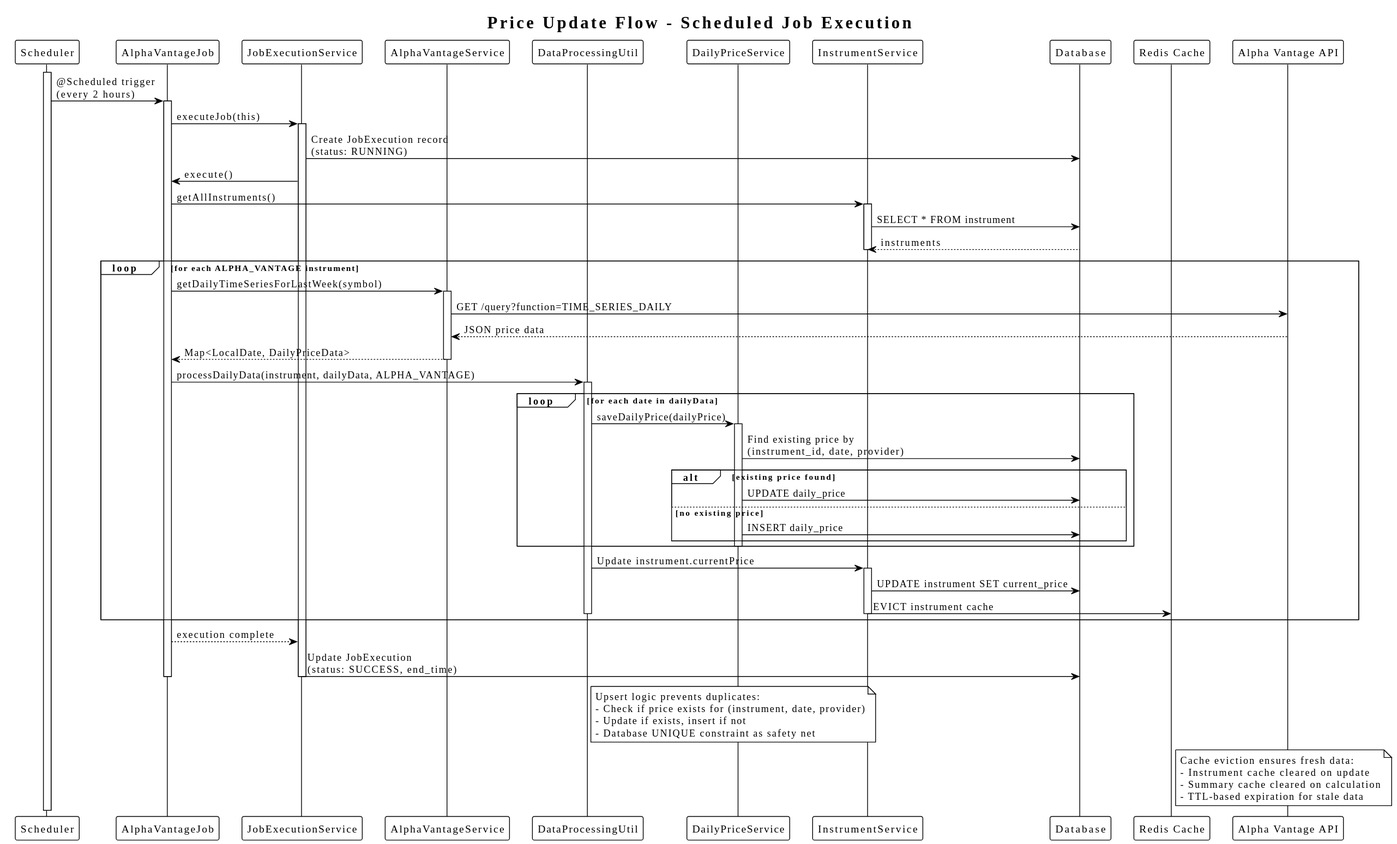
Before: docs/architecture/price-update-sequence.svg, a diagram exported from PlantUML (ktenman/portfolio). Source of this version:
```plantuml
@startuml
!theme plain
title Price Update Flow - Scheduled Job Execution

participant "Scheduler" as scheduler
participant "AlphaVantageJob" as job
participant "JobExecutionService" as job_svc
participant "AlphaVantageService" as av_svc
participant "DataProcessingUtil" as processor
participant "DailyPriceService" as price_svc
participant "InstrumentService" as inst_svc
participant "Database" as db
participant "Redis Cache" as cache
participant "Alpha Vantage API" as api

activate scheduler
scheduler -> job: @Scheduled trigger\n(every 2 hours)
activate job

job -> job_svc: executeJob(this)
activate job_svc

job_svc -> db: Create JobExecution record\n(status: RUNNING)
job_svc -> job: execute()

job -> inst_svc: getAllInstruments()
activate inst_svc
inst_svc -> db: SELECT * FROM instrument
db --> inst_svc: instruments
deactivate inst_svc

loop for each ALPHA_VANTAGE instrument
    job -> av_svc: getDailyTimeSeriesForLastWeek(symbol)
    activate av_svc
    av_svc -> api: GET /query?function=TIME_SERIES_DAILY
    api --> av_svc: JSON price data
    av_svc --> job: Map<LocalDate, DailyPriceData>
    deactivate av_svc

    job -> processor: processDailyData(instrument, dailyData, ALPHA_VANTAGE)
    activate processor

    loop for each date in dailyData
        processor -> price_svc: saveDailyPrice(dailyPrice)
        activate price_svc

        price_svc -> db: Find existing price by\n(instrument_id, date, provider)
        alt existing price found
            price_svc -> db: UPDATE daily_price
        else no existing price
            price_svc -> db: INSERT daily_price
        end
        deactivate price_svc
    end

    processor -> inst_svc: Update instrument.currentPrice
    activate inst_svc
    inst_svc -> db: UPDATE instrument SET current_price
    inst_svc -> cache: EVICT instrument cache
    deactivate inst_svc

    deactivate processor
end

job --> job_svc: execution complete
job_svc -> db: Update JobExecution\n(status: SUCCESS, end_time)
deactivate job_svc
deactivate job

note right of processor
  Upsert logic prevents duplicates:
  - Check if price exists for (instrument, date, provider)
  - Update if exists, insert if not
  - Database UNIQUE constraint as safety net
end note

note right of cache
  Cache eviction ensures fresh data:
  - Instrument cache cleared on update
  - Summary cache cleared on calculation
  - TTL-based expiration for stale data
end note
@enduml
```
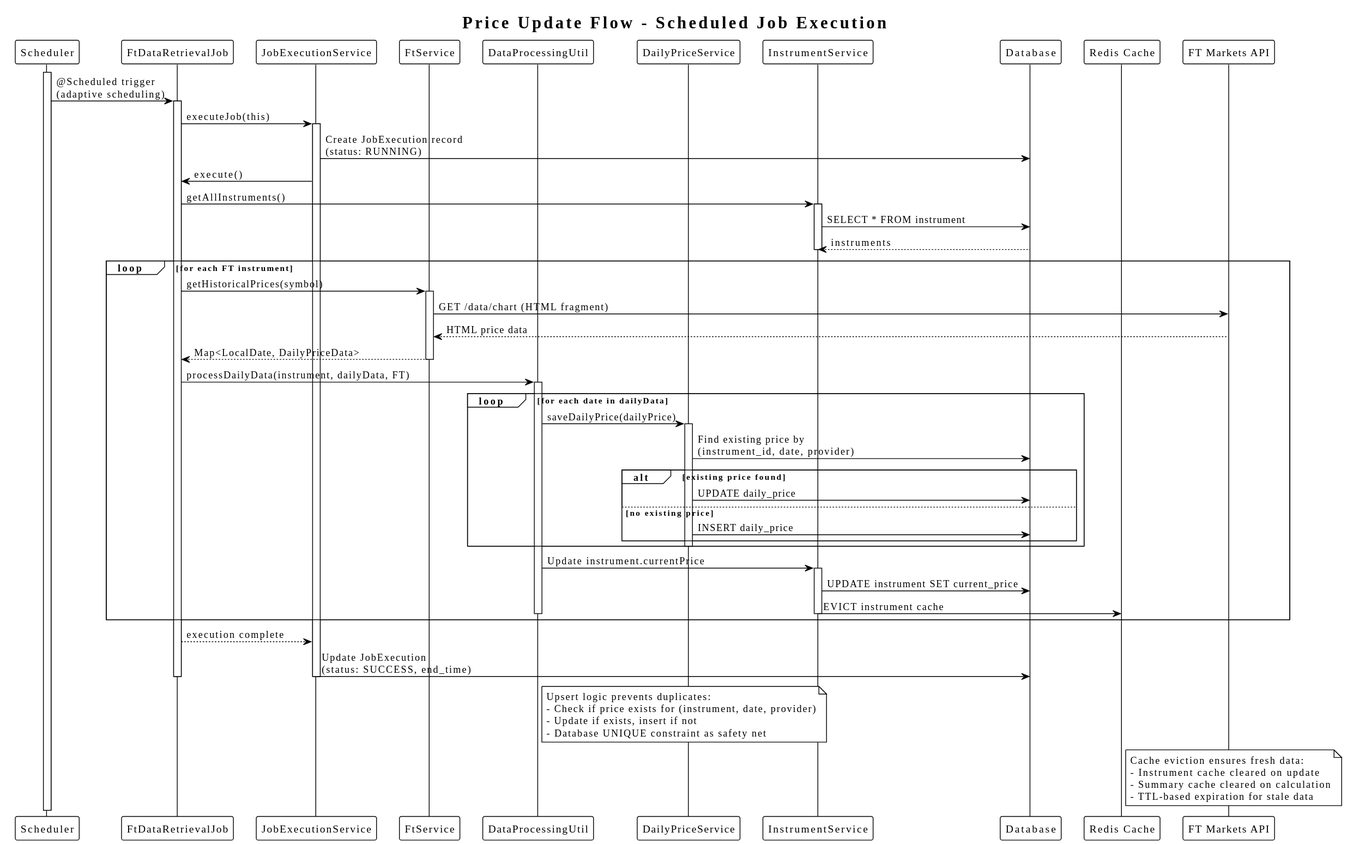
After the change.

Diff of the diagram source:
```diff
@@ -3,18 +3,18 @@
 title Price Update Flow - Scheduled Job Execution
 
 participant "Scheduler" as scheduler
-participant "AlphaVantageJob" as job
+participant "FtDataRetrievalJob" as job
 participant "JobExecutionService" as job_svc
-participant "AlphaVantageService" as av_svc
+participant "FtService" as ft_svc
 participant "DataProcessingUtil" as processor
 participant "DailyPriceService" as price_svc
 participant "InstrumentService" as inst_svc
 participant "Database" as db
 participant "Redis Cache" as cache
-participant "Alpha Vantage API" as api
+participant "FT Markets API" as api
 
 activate scheduler
-scheduler -> job: @Scheduled trigger\n(every 2 hours)
+scheduler -> job: @Scheduled trigger\n(adaptive scheduling)
 activate job
 
 job -> job_svc: executeJob(this)
@@ -29,15 +29,15 @@
 db --> inst_svc: instruments
 deactivate inst_svc
 
-loop for each ALPHA_VANTAGE instrument
-    job -> av_svc: getDailyTimeSeriesForLastWeek(symbol)
-    activate av_svc
-    av_svc -> api: GET /query?function=TIME_SERIES_DAILY
-    api --> av_svc: JSON price data
-    av_svc --> job: Map<LocalDate, DailyPriceData>
-    deactivate av_svc
+loop for each FT instrument
+    job -> ft_svc: getHistoricalPrices(symbol)
+    activate ft_svc
+    ft_svc -> api: GET /data/chart (HTML fragment)
+    api --> ft_svc: HTML price data
+    ft_svc --> job: Map<LocalDate, DailyPriceData>
+    deactivate ft_svc
 
-    job -> processor: processDailyData(instrument, dailyData, ALPHA_VANTAGE)
+    job -> processor: processDailyData(instrument, dailyData, FT)
     activate processor
 
     loop for each date in dailyData
```
